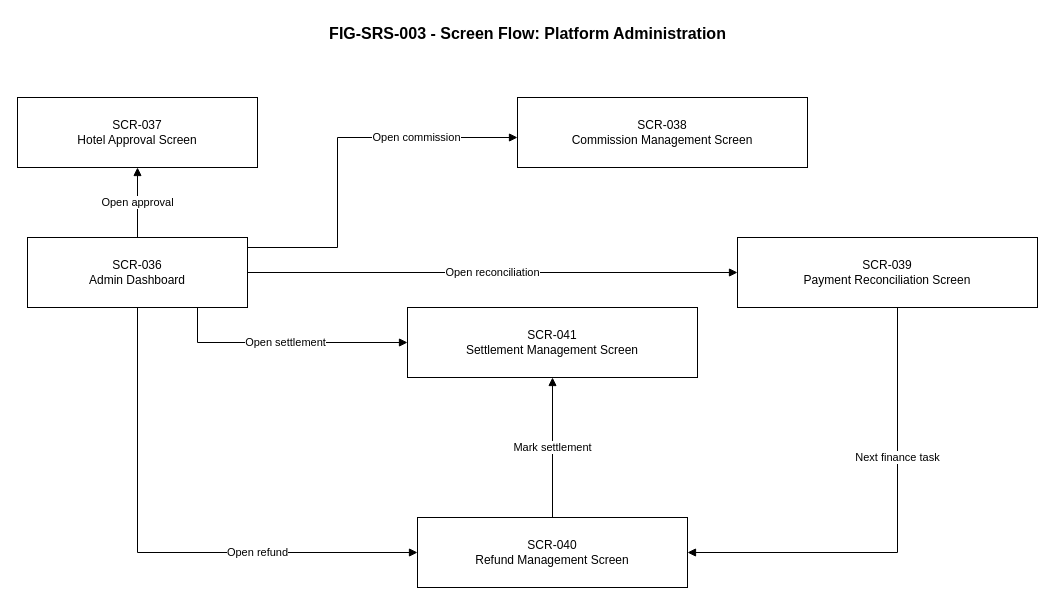
This is diagrams/drawio/FIG-SRS-003_screen_flow_platform_administration.drawio from thaideptrai218/hotel-management-system-srs, a draw.io file, before an edit. Source tidied: cells renumbered, new cells numbered last; positions are measured from the earlier drawing's top-left corner, leaving out a move shared by most shapes. Both pictures are drawn from the tidied source at 100%, with x=0, y=0 at pixel (17, 17).
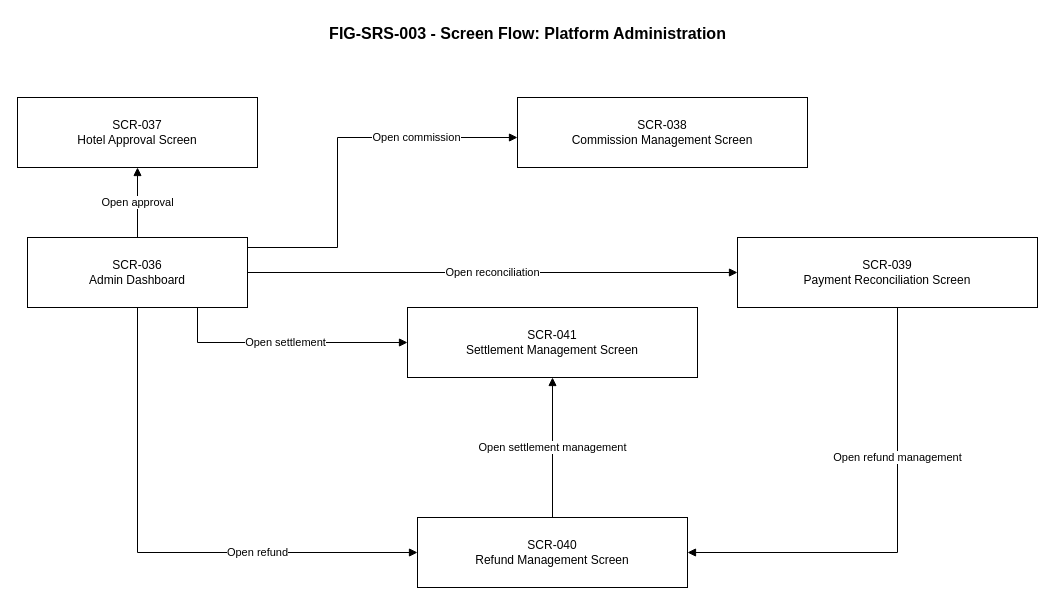
Above is the later version.

The change refers to these unchanged cells:
```xml
<mxCell id="6" value="SCR-039&#10;Payment Reconciliation Screen" style="rounded=0;whiteSpace=wrap;html=1;fontSize=12;" parent="1" vertex="1">
  <mxGeometry x="720" y="220" width="300" height="70" as="geometry" />
</mxCell>
<mxCell id="7" value="SCR-040&#10;Refund Management Screen" style="rounded=0;whiteSpace=wrap;html=1;fontSize=12;" parent="1" vertex="1">
  <mxGeometry x="400" y="500" width="270" height="70" as="geometry" />
</mxCell>
<mxCell id="8" value="SCR-041&#10;Settlement Management Screen" style="rounded=0;whiteSpace=wrap;html=1;fontSize=12;" parent="1" vertex="1">
  <mxGeometry x="390" y="290" width="290" height="70" as="geometry" />
</mxCell>
```

What changed in the source:
```diff
@@
-    <mxCell id="14" value="Next finance task" style="endArrow=block;html=1;rounded=0;fontSize=11;edgeStyle=orthogonalEdgeStyle;" parent="1" edge="1" source="6" target="7">
+    <mxCell id="14" value="Open refund management" style="endArrow=block;html=1;rounded=0;fontSize=11;edgeStyle=orthogonalEdgeStyle;labelBackgroundColor=#ffffff;" parent="1" edge="1" source="6" target="7">
       <mxGeometry x="-0.34" relative="1" as="geometry">
         <Array as="points">
           <mxPoint x="880" y="535" />
         </Array>
       </mxGeometry>
     </mxCell>
-    <mxCell id="15" value="Mark settlement" style="endArrow=block;html=1;rounded=0;fontSize=11;" parent="1" edge="1" source="7" target="8">
+    <mxCell id="15" value="Open settlement management" style="endArrow=block;html=1;rounded=0;fontSize=11;labelBackgroundColor=#ffffff;" parent="1" edge="1" source="7" target="8">
       <mxGeometry relative="1" as="geometry" />
     </mxCell>
```
